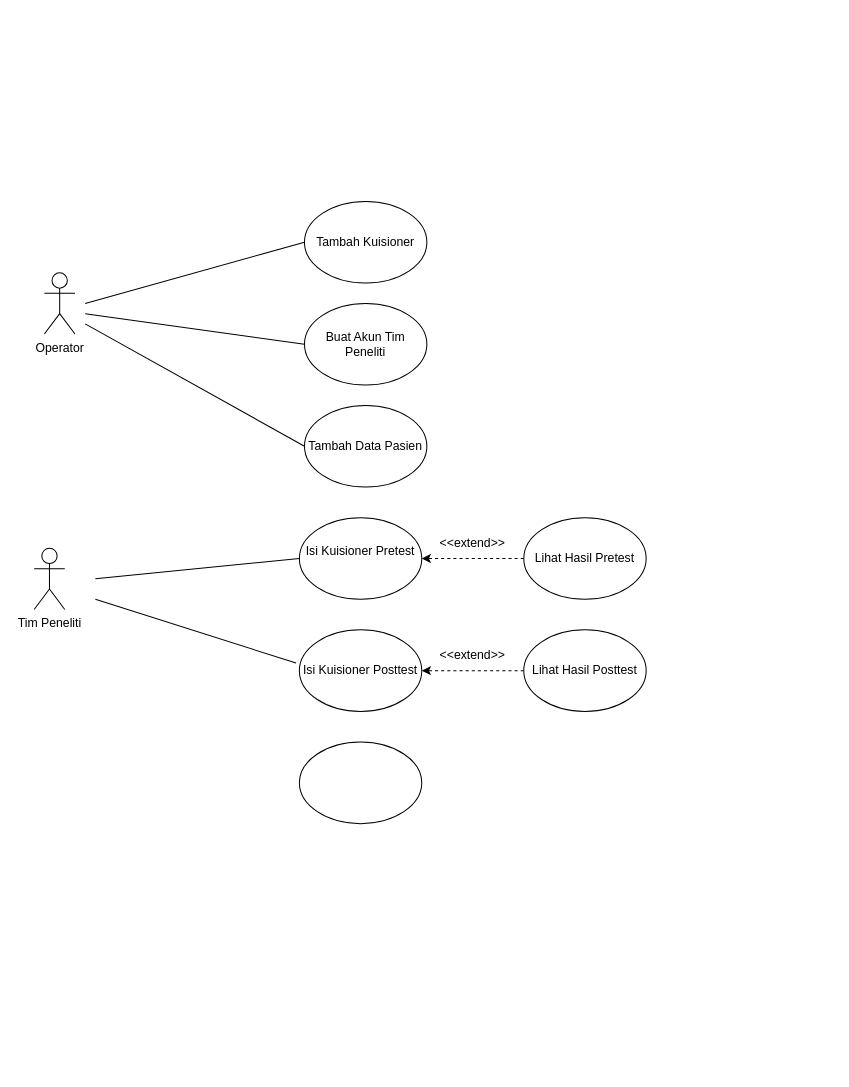
zzarr/Tugas-Akhir keeps this draw.io diagram as use_case_tugas_akhir.drawio. Above is the earlier version. Source tidied: cells renumbered, new cells numbered last; positions are measured from the earlier drawing's top-left corner, leaving out a move shared by most shapes. Both pictures are drawn from the tidied source at 102%, with x=0, y=0 at pixel (34, 201).
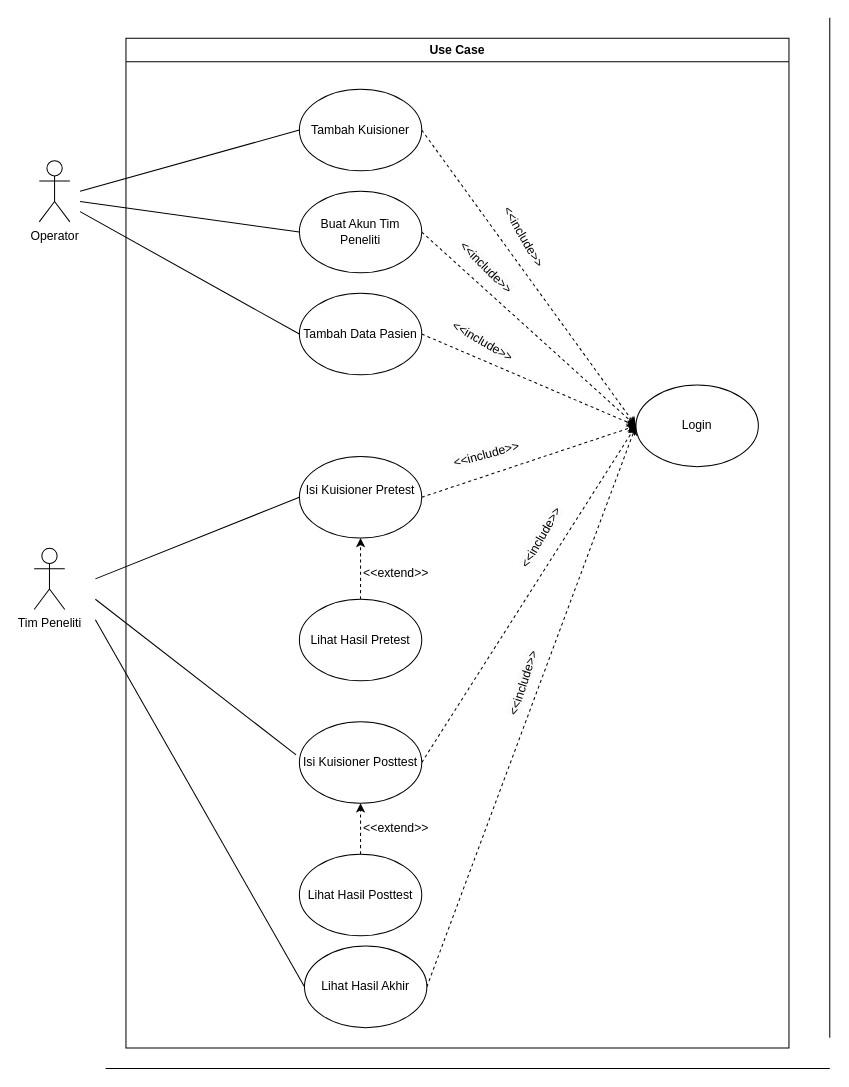
The same page after the edit.

The edit, as a diff of the source:
```diff
@@
     <mxCell id="2" value="Operator&lt;div&gt;&lt;br&gt;&lt;/div&gt;" style="shape=umlActor;verticalLabelPosition=bottom;verticalAlign=top;html=1;" parent="1" vertex="1">
-      <mxGeometry x="10" y="70" width="30" height="60" as="geometry" />
+      <mxGeometry x="5" y="-40" width="30" height="60" as="geometry" />
     </mxCell>
+    <mxCell id="21" style="rounded=0;jettySize=auto;html=1;exitX=1;exitY=0.5;exitDx=0;exitDy=0;entryX=0;entryY=0.5;entryDx=0;entryDy=0;dashed=1;" parent="1" edge="1" source="3" target="27">
+      <mxGeometry relative="1" as="geometry" />
+    </mxCell>
     <mxCell id="3" value="Tambah Kuisioner" style="ellipse;whiteSpace=wrap;html=1;" parent="1" vertex="1">
-      <mxGeometry x="265" width="120" height="80" as="geometry" />
+      <mxGeometry x="260" y="-110" width="120" height="80" as="geometry" />
     </mxCell>
+    <mxCell id="22" style="rounded=0;jettySize=auto;html=1;exitX=1;exitY=0.5;exitDx=0;exitDy=0;dashed=1;" parent="1" edge="1" source="4">
+      <mxGeometry relative="1" as="geometry">
+        <mxPoint x="590" y="220" as="targetPoint" />
+      </mxGeometry>
+    </mxCell>
     <mxCell id="4" value="Buat Akun Tim Peneliti" style="ellipse;whiteSpace=wrap;html=1;" parent="1" vertex="1">
-      <mxGeometry x="265" y="100" width="120" height="80" as="geometry" />
+      <mxGeometry x="260" y="-10" width="120" height="80" as="geometry" />
     </mxCell>
+    <mxCell id="23" style="rounded=0;jettySize=auto;html=1;exitX=1;exitY=0.5;exitDx=0;exitDy=0;entryX=0;entryY=0.5;entryDx=0;entryDy=0;dashed=1;" parent="1" edge="1" source="5" target="27">
+      <mxGeometry relative="1" as="geometry" />
+    </mxCell>
     <mxCell id="5" value="Tambah Data Pasien" style="ellipse;whiteSpace=wrap;html=1;" parent="1" vertex="1">
-      <mxGeometry x="265" y="200" width="120" height="80" as="geometry" />
+      <mxGeometry x="260" y="90" width="120" height="80" as="geometry" />
     </mxCell>
     <mxCell id="6" style="endArrow=none;html=1;rounded=0;entryX=0;entryY=0.5;entryDx=0;entryDy=0;" parent="1" edge="1" target="3">
       <mxGeometry relative="1" as="geometry">
-        <mxPoint x="50" y="100" as="sourcePoint" />
+        <mxPoint x="45" y="-10" as="sourcePoint" />
       </mxGeometry>
     </mxCell>
     <mxCell id="7" style="endArrow=none;html=1;rounded=0;entryX=0;entryY=0.5;entryDx=0;entryDy=0;" parent="1" edge="1" target="4">
       <mxGeometry relative="1" as="geometry">
-        <mxPoint x="50" y="110" as="sourcePoint" />
+        <mxPoint x="45" as="sourcePoint" />
       </mxGeometry>
     </mxCell>
     <mxCell id="8" style="endArrow=none;html=1;rounded=0;entryX=0;entryY=0.5;entryDx=0;entryDy=0;" parent="1" edge="1" target="5">
       <mxGeometry relative="1" as="geometry">
-        <mxPoint x="50" y="120" as="sourcePoint" />
+        <mxPoint x="45" y="10" as="sourcePoint" />
       </mxGeometry>
     </mxCell>
@@
+    <mxCell id="24" style="rounded=0;jettySize=auto;html=1;exitX=1;exitY=0.5;exitDx=0;exitDy=0;entryX=0;entryY=0.5;entryDx=0;entryDy=0;dashed=1;" parent="1" edge="1" source="10" target="27">
+      <mxGeometry relative="1" as="geometry" />
+    </mxCell>
     <mxCell id="10" value="&#10;Isi Kuisioner Pretest&#10;&#10;" style="ellipse;whiteSpace=wrap;html=1;" parent="1" vertex="1">
-      <mxGeometry x="260" y="310" width="120" height="80" as="geometry" />
+      <mxGeometry x="260" y="250" width="120" height="80" as="geometry" />
     </mxCell>
+    <mxCell id="25" style="rounded=0;jettySize=auto;html=1;exitX=1;exitY=0.5;exitDx=0;exitDy=0;entryX=0;entryY=0.5;entryDx=0;entryDy=0;dashed=1;" parent="1" edge="1" source="11" target="27">
+      <mxGeometry relative="1" as="geometry" />
+    </mxCell>
     <mxCell id="11" value="Isi Kuisioner Posttest" style="ellipse;whiteSpace=wrap;html=1;" parent="1" vertex="1">
-      <mxGeometry x="260" y="420" width="120" height="80" as="geometry" />
+      <mxGeometry x="260" y="510" width="120" height="80" as="geometry" />
     </mxCell>
@@
-    <mxCell id="14" style="edgeStyle=orthogonalEdgeStyle;rounded=0;jettySize=auto;html=1;exitX=0;exitY=0.5;exitDx=0;exitDy=0;entryX=1;entryY=0.5;entryDx=0;entryDy=0;dashed=1;" parent="1" edge="1" source="15" target="10">
+    <mxCell id="14" style="edgeStyle=orthogonalEdgeStyle;rounded=0;jettySize=auto;html=1;exitX=0.5;exitY=0;exitDx=0;exitDy=0;entryX=0.5;entryY=1;entryDx=0;entryDy=0;dashed=1;" parent="1" edge="1" source="15" target="10">
       <mxGeometry relative="1" as="geometry" />
     </mxCell>
     <mxCell id="15" value="Lihat Hasil Pretest" style="ellipse;whiteSpace=wrap;html=1;" parent="1" vertex="1">
-      <mxGeometry x="480" y="310" width="120" height="80" as="geometry" />
+      <mxGeometry x="260" y="390" width="120" height="80" as="geometry" />
     </mxCell>
-    <mxCell id="16" style="edgeStyle=orthogonalEdgeStyle;rounded=0;jettySize=auto;html=1;exitX=0;exitY=0.5;exitDx=0;exitDy=0;entryX=1;entryY=0.5;entryDx=0;entryDy=0;dashed=1;" parent="1" edge="1" source="17" target="11">
+    <mxCell id="16" style="edgeStyle=orthogonalEdgeStyle;rounded=0;jettySize=auto;html=1;exitX=0.5;exitY=0;exitDx=0;exitDy=0;entryX=0.5;entryY=1;entryDx=0;entryDy=0;dashed=1;" parent="1" edge="1" source="17" target="11">
       <mxGeometry relative="1" as="geometry" />
     </mxCell>
     <mxCell id="17" value="Lihat Hasil Posttest" style="ellipse;whiteSpace=wrap;html=1;" parent="1" vertex="1">
-      <mxGeometry x="480" y="420" width="120" height="80" as="geometry" />
+      <mxGeometry x="260" y="640" width="120" height="80" as="geometry" />
     </mxCell>
     <mxCell id="18" value="&amp;lt;&amp;lt;extend&amp;gt;&amp;gt;" style="text;html=1;align=center;verticalAlign=middle;whiteSpace=wrap;rounded=0;" parent="1" vertex="1">
-      <mxGeometry x="400" y="320" width="60" height="30" as="geometry" />
+      <mxGeometry x="325" y="350" width="60" height="30" as="geometry" />
     </mxCell>
     <mxCell id="19" value="&amp;lt;&amp;lt;extend&amp;gt;&amp;gt;" style="text;html=1;align=center;verticalAlign=middle;whiteSpace=wrap;rounded=0;" parent="1" vertex="1">
-      <mxGeometry x="400" y="430" width="60" height="30" as="geometry" />
+      <mxGeometry x="325" y="600" width="60" height="30" as="geometry" />
     </mxCell>
+    <mxCell id="26" style="rounded=0;jettySize=auto;html=1;exitX=1;exitY=0.5;exitDx=0;exitDy=0;entryX=0;entryY=0.5;entryDx=0;entryDy=0;dashed=1;" parent="1" edge="1" source="20" target="27">
+      <mxGeometry relative="1" as="geometry" />
+    </mxCell>
-    <mxCell id="20" style="ellipse;whiteSpace=wrap;html=1;" parent="1" vertex="1">
-      <mxGeometry x="260" y="530" width="120" height="80" as="geometry" />
+    <mxCell id="20" value="Lihat Hasil Akhir" style="ellipse;whiteSpace=wrap;html=1;" parent="1" vertex="1">
+      <mxGeometry x="265" y="730" width="120" height="80" as="geometry" />
     </mxCell>
+    <mxCell id="27" value="Login" style="ellipse;whiteSpace=wrap;html=1;" parent="1" vertex="1">
+      <mxGeometry x="590" y="180" width="120" height="80" as="geometry" />
+    </mxCell>
+    <mxCell id="28" value="&amp;lt;&amp;lt;include&amp;gt;&amp;gt;" style="text;html=1;align=center;verticalAlign=middle;whiteSpace=wrap;rounded=0;rotation=60;" parent="1" vertex="1">
+      <mxGeometry x="450" y="20" width="60" height="30" as="geometry" />
+    </mxCell>
+    <mxCell id="29" value="&lt;span style=&quot;color: rgb(0, 0, 0); font-family: Helvetica; font-size: 12px; font-style: normal; font-variant-ligatures: normal; font-variant-caps: normal; font-weight: 400; letter-spacing: normal; orphans: 2; text-align: center; text-indent: 0px; text-transform: none; widows: 2; word-spacing: 0px; -webkit-text-stroke-width: 0px; white-space: normal; background-color: rgb(251, 251, 251); text-decoration-thickness: initial; text-decoration-style: initial; text-decoration-color: initial; display: inline !important; float: none;&quot;&gt;&amp;lt;&amp;lt;include&amp;gt;&amp;gt;&lt;/span&gt;" style="text;whiteSpace=wrap;html=1;rotation=45;" parent="1" vertex="1">
+      <mxGeometry x="400" y="60" width="100" height="40" as="geometry" />
+    </mxCell>
+    <mxCell id="30" value="&lt;span style=&quot;color: rgb(0, 0, 0); font-family: Helvetica; font-size: 12px; font-style: normal; font-variant-ligatures: normal; font-variant-caps: normal; font-weight: 400; letter-spacing: normal; orphans: 2; text-align: center; text-indent: 0px; text-transform: none; widows: 2; word-spacing: 0px; -webkit-text-stroke-width: 0px; white-space: normal; background-color: rgb(251, 251, 251); text-decoration-thickness: initial; text-decoration-style: initial; text-decoration-color: initial; display: inline !important; float: none;&quot;&gt;&amp;lt;&amp;lt;include&amp;gt;&amp;gt;&lt;/span&gt;" style="text;whiteSpace=wrap;html=1;rotation=30;" parent="1" vertex="1">
+      <mxGeometry x="400" y="130" width="100" height="40" as="geometry" />
+    </mxCell>
+    <mxCell id="31" value="&lt;span style=&quot;color: rgb(0, 0, 0); font-family: Helvetica; font-size: 12px; font-style: normal; font-variant-ligatures: normal; font-variant-caps: normal; font-weight: 400; letter-spacing: normal; orphans: 2; text-align: center; text-indent: 0px; text-transform: none; widows: 2; word-spacing: 0px; -webkit-text-stroke-width: 0px; white-space: normal; background-color: rgb(251, 251, 251); text-decoration-thickness: initial; text-decoration-style: initial; text-decoration-color: initial; display: inline !important; float: none;&quot;&gt;&amp;lt;&amp;lt;include&amp;gt;&amp;gt;&lt;/span&gt;" style="text;whiteSpace=wrap;html=1;rotation=-15;" parent="1" vertex="1">
+      <mxGeometry x="410" y="230" width="100" height="40" as="geometry" />
+    </mxCell>
+    <mxCell id="32" value="&lt;span style=&quot;color: rgb(0, 0, 0); font-family: Helvetica; font-size: 12px; font-style: normal; font-variant-ligatures: normal; font-variant-caps: normal; font-weight: 400; letter-spacing: normal; orphans: 2; text-align: center; text-indent: 0px; text-transform: none; widows: 2; word-spacing: 0px; -webkit-text-stroke-width: 0px; white-space: normal; background-color: rgb(251, 251, 251); text-decoration-thickness: initial; text-decoration-style: initial; text-decoration-color: initial; display: inline !important; float: none;&quot;&gt;&amp;lt;&amp;lt;include&amp;gt;&amp;gt;&lt;/span&gt;" style="text;whiteSpace=wrap;html=1;rotation=-60;" parent="1" vertex="1">
+      <mxGeometry x="460" y="300" width="100" height="40" as="geometry" />
+    </mxCell>
+    <mxCell id="33" value="&lt;span style=&quot;color: rgb(0, 0, 0); font-family: Helvetica; font-size: 12px; font-style: normal; font-variant-ligatures: normal; font-variant-caps: normal; font-weight: 400; letter-spacing: normal; orphans: 2; text-align: center; text-indent: 0px; text-transform: none; widows: 2; word-spacing: 0px; -webkit-text-stroke-width: 0px; white-space: normal; background-color: rgb(251, 251, 251); text-decoration-thickness: initial; text-decoration-style: initial; text-decoration-color: initial; display: inline !important; float: none;&quot;&gt;&amp;lt;&amp;lt;include&amp;gt;&amp;gt;&lt;/span&gt;" style="text;whiteSpace=wrap;html=1;rotation=-72;" parent="1" vertex="1">
+      <mxGeometry x="440" y="440" width="100" height="40" as="geometry" />
+    </mxCell>
+    <mxCell id="34" value="Use Case" style="swimlane;whiteSpace=wrap;html=1;" parent="1" vertex="1">
+      <mxGeometry x="90" y="-160" width="650" height="990" as="geometry" />
+    </mxCell>
+    <mxCell id="35" style="endArrow=none;html=1;rounded=0;" parent="1" edge="1">
+      <mxGeometry relative="1" as="geometry">
+        <mxPoint x="780" y="820" as="sourcePoint" />
+        <mxPoint x="780" y="-180" as="targetPoint" />
+      </mxGeometry>
+    </mxCell>
+    <mxCell id="36" style="endArrow=none;html=1;rounded=0;" parent="1" edge="1">
+      <mxGeometry relative="1" as="geometry">
+        <mxPoint x="70" y="850" as="sourcePoint" />
+        <mxPoint x="780" y="850" as="targetPoint" />
+      </mxGeometry>
+    </mxCell>
+    <mxCell id="37" style="endArrow=none;html=1;rounded=0;entryX=0;entryY=0.5;entryDx=0;entryDy=0;" parent="1" edge="1" target="20">
+      <mxGeometry relative="1" as="geometry">
+        <mxPoint x="60" y="410" as="sourcePoint" />
+      </mxGeometry>
+    </mxCell>
```
